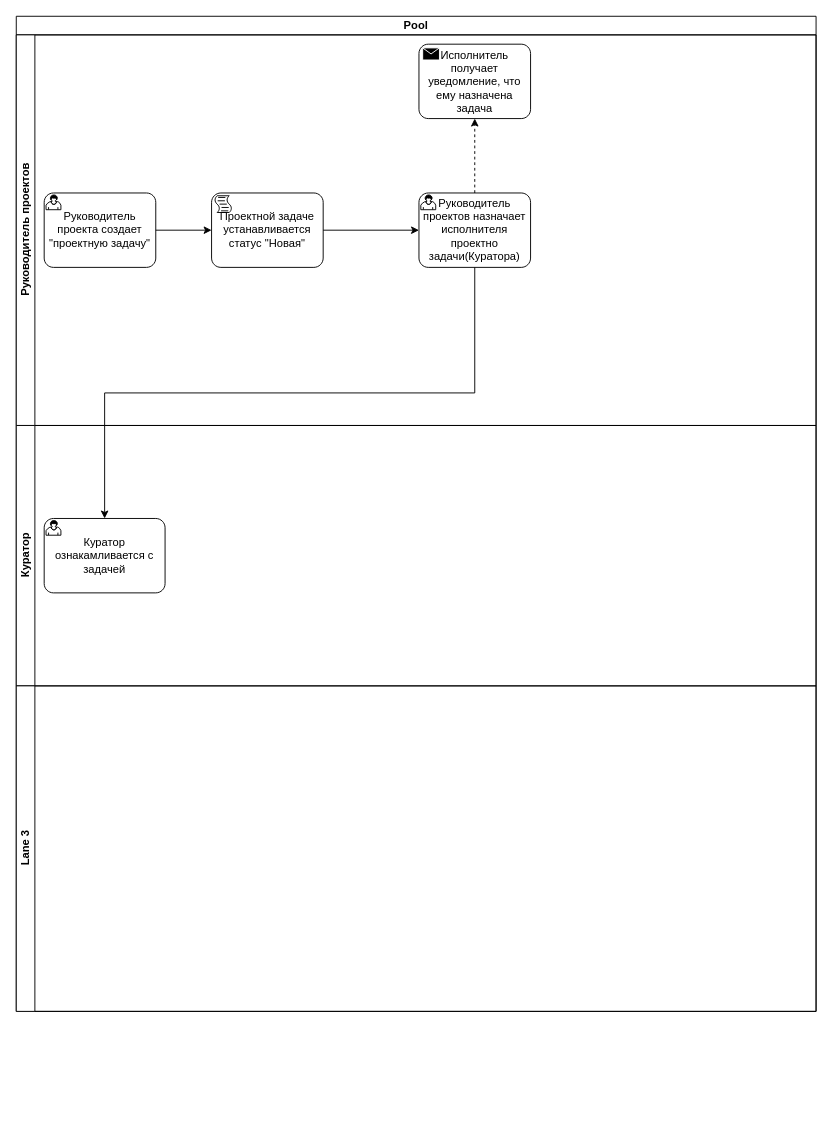
This is Схема проектной задачи.drawio from carapuz33/android-emulator-m1-preview, a draw.io file, before an edit. Source tidied: cells renumbered, new cells numbered last; positions are measured from the earlier drawing's top-left corner, leaving out a move shared by most shapes. Both pictures are drawn from the tidied source at 93%, with x=0, y=0 at pixel (16, 16).
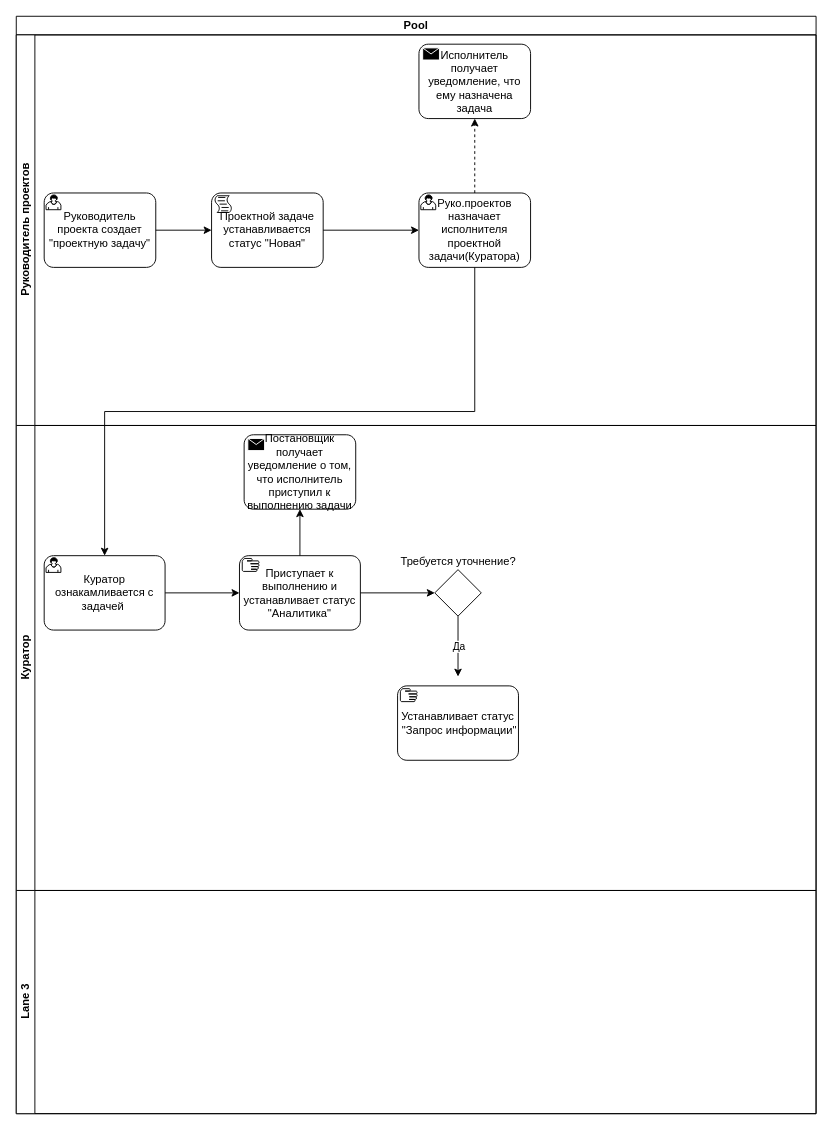
Above is the later version.

The change refers to these unchanged cells:
```xml
<mxCell id="3" value="Руководитель проектов" style="swimlane;html=1;startSize=20;horizontal=0;" parent="2" vertex="1">
  <mxGeometry y="20" width="860" height="420" as="geometry" />
</mxCell>
```

The edit, as a diff of the source:
```diff
@@
     <mxCell id="2" value="Pool" style="swimlane;html=1;horizontal=1;startSize=20;whiteSpace=wrap;" parent="1" vertex="1">
-      <mxGeometry width="860" height="1070" as="geometry" />
+      <mxGeometry width="860" height="1180" as="geometry" />
     </mxCell>
@@
-    <mxCell id="7" value="Руководитель проектов назначает исполнителя проектно задачи(Куратора)" style="points=[[0.25,0,0],[0.5,0,0],[0.75,0,0],[1,0.25,0],[1,0.5,0],[1,0.75,0],[0.75,1,0],[0.5,1,0],[0.25,1,0],[0,0.75,0],[0,0.5,0],[0,0.25,0]];shape=mxgraph.bpmn.task;whiteSpace=wrap;rectStyle=rounded;size=10;html=1;taskMarker=user;" parent="3" vertex="1">
+    <mxCell id="7" value="Руко.проектов назначает исполнителя проектной задачи(Куратора)" style="points=[[0.25,0,0],[0.5,0,0],[0.75,0,0],[1,0.25,0],[1,0.5,0],[1,0.75,0],[0.75,1,0],[0.5,1,0],[0.25,1,0],[0,0.75,0],[0,0.5,0],[0,0.25,0]];shape=mxgraph.bpmn.task;whiteSpace=wrap;rectStyle=rounded;size=10;html=1;taskMarker=user;" parent="3" vertex="1">
       <mxGeometry x="433" y="170" width="120" height="80" as="geometry" />
     </mxCell>
@@
     <mxCell id="11" value="Куратор" style="swimlane;html=1;startSize=20;horizontal=0;" parent="2" vertex="1">
-      <mxGeometry y="440" width="860" height="280" as="geometry" />
+      <mxGeometry y="440" width="860" height="500" as="geometry" />
     </mxCell>
+    <mxCell id="15" style="edgeStyle=orthogonalEdgeStyle;rounded=0;jettySize=auto;html=1;" parent="11" edge="1" source="12" target="16">
+      <mxGeometry relative="1" as="geometry" />
+    </mxCell>
-    <mxCell id="12" value="Куратор ознакамливается с задачей" style="points=[[0.25,0,0],[0.5,0,0],[0.75,0,0],[1,0.25,0],[1,0.5,0],[1,0.75,0],[0.75,1,0],[0.5,1,0],[0.25,1,0],[0,0.75,0],[0,0.5,0],[0,0.25,0]];shape=mxgraph.bpmn.task;whiteSpace=wrap;rectStyle=rounded;size=10;html=1;taskMarker=user;" parent="11" vertex="1">
-      <mxGeometry x="30" y="100" width="130" height="80" as="geometry" />
+    <mxCell id="12" value="Куратор ознакамливается с задачей&amp;nbsp;" style="points=[[0.25,0,0],[0.5,0,0],[0.75,0,0],[1,0.25,0],[1,0.5,0],[1,0.75,0],[0.75,1,0],[0.5,1,0],[0.25,1,0],[0,0.75,0],[0,0.5,0],[0,0.25,0]];shape=mxgraph.bpmn.task;whiteSpace=wrap;rectStyle=rounded;size=10;html=1;taskMarker=user;" parent="11" vertex="1">
+      <mxGeometry x="30" y="140" width="130" height="80" as="geometry" />
     </mxCell>
+    <mxCell id="16" value="Приступает к выполнению и устанавливает статус &quot;Аналитика&quot;" style="points=[[0.25,0,0],[0.5,0,0],[0.75,0,0],[1,0.25,0],[1,0.5,0],[1,0.75,0],[0.75,1,0],[0.5,1,0],[0.25,1,0],[0,0.75,0],[0,0.5,0],[0,0.25,0]];shape=mxgraph.bpmn.task;whiteSpace=wrap;rectStyle=rounded;size=10;html=1;taskMarker=manual;" parent="11" vertex="1">
+      <mxGeometry x="240" y="140" width="130" height="80" as="geometry" />
+    </mxCell>
+    <mxCell id="17" value="Постановщик получает уведомление о том, что исполнитель приступил к выполнению задачи&lt;br&gt;" style="points=[[0.25,0,0],[0.5,0,0],[0.75,0,0],[1,0.25,0],[1,0.5,0],[1,0.75,0],[0.75,1,0],[0.5,1,0],[0.25,1,0],[0,0.75,0],[0,0.5,0],[0,0.25,0]];shape=mxgraph.bpmn.task;whiteSpace=wrap;rectStyle=rounded;size=10;html=1;taskMarker=send;" parent="11" vertex="1">
+      <mxGeometry x="245" y="10" width="120" height="80" as="geometry" />
+    </mxCell>
+    <mxCell id="18" style="edgeStyle=orthogonalEdgeStyle;rounded=0;jettySize=auto;html=1;entryX=0.5;entryY=1;entryDx=0;entryDy=0;entryPerimeter=0;" parent="11" edge="1" source="16" target="17">
+      <mxGeometry relative="1" as="geometry" />
+    </mxCell>
+    <mxCell id="19" value="Да" style="edgeStyle=orthogonalEdgeStyle;rounded=0;jettySize=auto;html=1;" parent="11" edge="1" source="20">
+      <mxGeometry relative="1" as="geometry">
+        <mxPoint x="475" y="270" as="targetPoint" />
+      </mxGeometry>
+    </mxCell>
+    <mxCell id="20" value="Требуется уточнение?" style="points=[[0.25,0.25,0],[0.5,0,0],[0.75,0.25,0],[1,0.5,0],[0.75,0.75,0],[0.5,1,0],[0.25,0.75,0],[0,0.5,0]];shape=mxgraph.bpmn.gateway2;html=1;verticalLabelPosition=top;labelBackgroundColor=#ffffff;verticalAlign=bottom;align=center;perimeter=rhombusPerimeter;outlineConnect=0;outline=none;symbol=none;noLabel=0;direction=east;shadow=0;backgroundOutline=1;overflow=visible;portConstraint=south;portConstraintRotation=0;labelPosition=center;" parent="11" vertex="1">
+      <mxGeometry x="450" y="155" width="50" height="50" as="geometry" />
+    </mxCell>
+    <mxCell id="21" style="edgeStyle=orthogonalEdgeStyle;rounded=0;jettySize=auto;html=1;exitX=1;exitY=0.5;exitDx=0;exitDy=0;exitPerimeter=0;entryX=0;entryY=0.5;entryDx=0;entryDy=0;entryPerimeter=0;" parent="11" edge="1" source="16" target="20">
+      <mxGeometry relative="1" as="geometry" />
+    </mxCell>
+    <mxCell id="22" value="Устанавливает статус &amp;nbsp;&quot;Запрос информации&quot;" style="shape=mxgraph.bpmn.task;whiteSpace=wrap;rectStyle=rounded;size=10;html=1;taskMarker=manual;" parent="11" vertex="1">
+      <mxGeometry x="410" y="280" width="130" height="80" as="geometry" />
+    </mxCell>
     <mxCell id="13" value="Lane 3" style="swimlane;html=1;startSize=20;horizontal=0;" parent="2" vertex="1">
-      <mxGeometry y="720" width="860" height="350" as="geometry" />
+      <mxGeometry y="940" width="860" height="240" as="geometry" />
     </mxCell>
```
